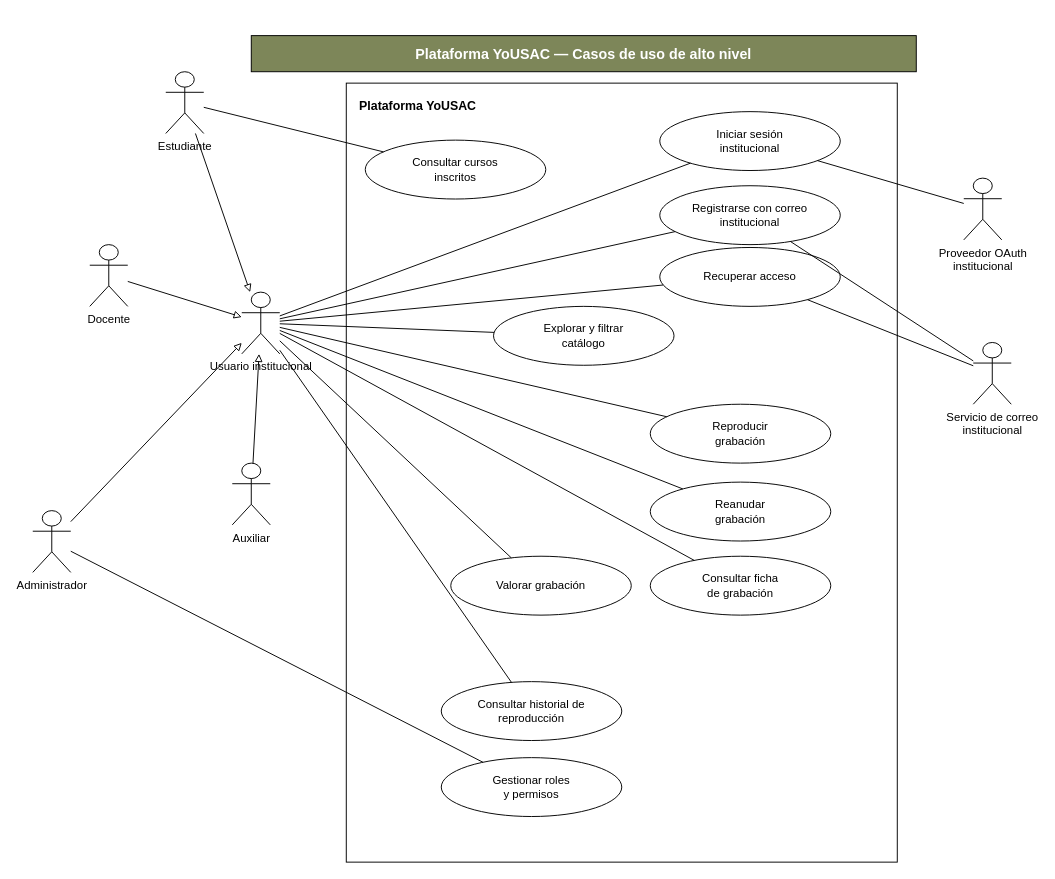
The draw.io diagram docs/casos-de-uso/referencias/casos-de-uso/01-alto-nivel.drawio in AbdielOtzoy/SA_PROYECTO_202300350, before the edit. Source tidied: cells renumbered, new cells numbered last; positions are measured from the earlier drawing's top-left corner, leaving out a move shared by most shapes. Both pictures are drawn from the tidied source at 95%, with x=0, y=0 at pixel (32, 35).
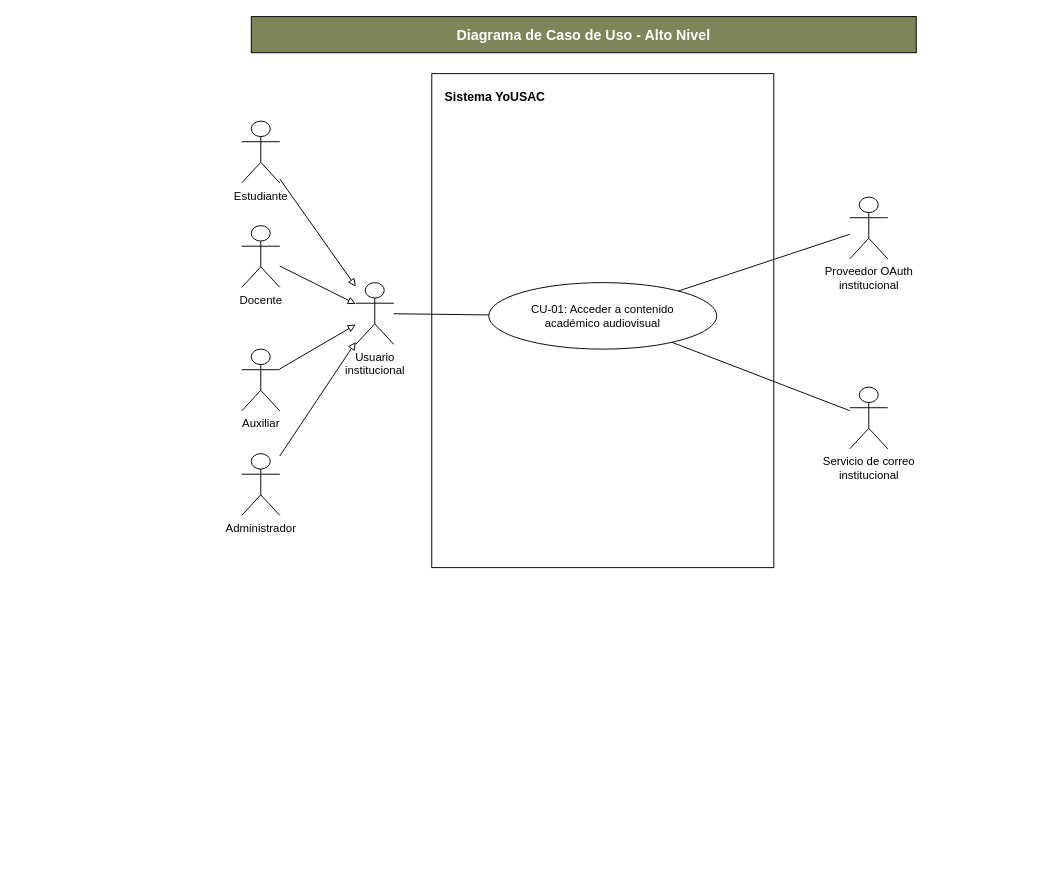
Above is the later version.

Diff of the diagram source:
```diff
@@
-    <mxCell id="2" value="Plataforma YoUSAC — Casos de uso de alto nivel" style="rounded=0;whiteSpace=wrap;html=1;fillColor=#7d8659;fontColor=#ffffff;fontSize=15;fontStyle=1;align=center;verticalAlign=middle;" parent="1" vertex="1">
-      <mxGeometry x="230" width="700" height="38" as="geometry" />
+    <mxCell id="2" value="Diagrama de Caso de Uso - Alto Nivel" style="rounded=0;whiteSpace=wrap;html=1;fillColor=#7d8659;fontColor=#ffffff;fontSize=15;fontStyle=1;align=center;verticalAlign=middle;" parent="1" vertex="1">
+      <mxGeometry x="230" y="-20" width="700" height="38" as="geometry" />
     </mxCell>
-    <mxCell id="3" value="Plataforma YoUSAC" style="rounded=0;whiteSpace=wrap;html=1;align=left;verticalAlign=top;spacingLeft=12;spacingTop=10;fontSize=13;fontStyle=1;fontColor=#000000;strokeColor=#000000;strokeWidth=1;fillColor=#ffffff;" parent="1" vertex="1">
-      <mxGeometry x="330" y="50" width="580" height="820" as="geometry" />
+    <mxCell id="3" value="Sistema YoUSAC" style="rounded=0;whiteSpace=wrap;html=1;align=left;verticalAlign=top;spacingLeft=12;spacingTop=10;fontSize=13;fontStyle=1;fontColor=#000000;strokeColor=#000000;strokeWidth=1;fillColor=#ffffff;" parent="1" vertex="1">
+      <mxGeometry x="420" y="40" width="360" height="520" as="geometry" />
     </mxCell>
+    <mxCell id="40" value="CU-01: Acceder a contenido&lt;br&gt;académico audiovisual" style="ellipse;whiteSpace=wrap;html=1;align=center;verticalAlign=middle;fontSize=12;fontColor=#000000;strokeColor=#000000;strokeWidth=1;fillColor=#ffffff;" parent="1" vertex="1">
+      <mxGeometry x="480" y="260" width="240" height="70" as="geometry" />
+    </mxCell>
-    <mxCell id="4" value="Usuario institucional" style="shape=umlActor;verticalLabelPosition=bottom;verticalAlign=top;html=1;outlineConnect=0;fontSize=12;" parent="1" vertex="1">
-      <mxGeometry x="220" y="270" width="40" height="65" as="geometry" />
+    <mxCell id="4" value="Usuario&lt;br&gt;institucional" style="shape=umlActor;verticalLabelPosition=bottom;verticalAlign=top;html=1;outlineConnect=0;fontSize=12;" parent="1" vertex="1">
+      <mxGeometry x="340" y="260" width="40" height="65" as="geometry" />
     </mxCell>
     <mxCell id="5" value="Estudiante" style="shape=umlActor;verticalLabelPosition=bottom;verticalAlign=top;html=1;outlineConnect=0;fontSize=12;" parent="1" vertex="1">
-      <mxGeometry x="140" y="38" width="40" height="65" as="geometry" />
+      <mxGeometry x="220" y="90" width="40" height="65" as="geometry" />
     </mxCell>
     <mxCell id="6" value="Docente" style="shape=umlActor;verticalLabelPosition=bottom;verticalAlign=top;html=1;outlineConnect=0;fontSize=12;" parent="1" vertex="1">
-      <mxGeometry x="60" y="220" width="40" height="65" as="geometry" />
+      <mxGeometry x="220" y="200" width="40" height="65" as="geometry" />
     </mxCell>
     <mxCell id="7" value="Auxiliar" style="shape=umlActor;verticalLabelPosition=bottom;verticalAlign=top;html=1;outlineConnect=0;fontSize=12;" parent="1" vertex="1">
-      <mxGeometry x="210" y="450" width="40" height="65" as="geometry" />
+      <mxGeometry x="220" y="330" width="40" height="65" as="geometry" />
     </mxCell>
     <mxCell id="8" value="Administrador" style="shape=umlActor;verticalLabelPosition=bottom;verticalAlign=top;html=1;outlineConnect=0;fontSize=12;" parent="1" vertex="1">
-      <mxGeometry y="500" width="40" height="65" as="geometry" />
+      <mxGeometry x="220" y="440" width="40" height="65" as="geometry" />
     </mxCell>
     <mxCell id="9" value="Proveedor OAuth&lt;br&gt;institucional" style="shape=umlActor;verticalLabelPosition=bottom;verticalAlign=top;html=1;outlineConnect=0;fontSize=12;" parent="1" vertex="1">
-      <mxGeometry x="980" y="150" width="40" height="65" as="geometry" />
+      <mxGeometry x="860" y="170" width="40" height="65" as="geometry" />
     </mxCell>
     <mxCell id="10" value="Servicio de correo&lt;br&gt;institucional" style="shape=umlActor;verticalLabelPosition=bottom;verticalAlign=top;html=1;outlineConnect=0;fontSize=12;" parent="1" vertex="1">
-      <mxGeometry x="990" y="323" width="40" height="65" as="geometry" />
+      <mxGeometry x="860" y="370" width="40" height="65" as="geometry" />
     </mxCell>
-    <mxCell id="11" value="Registrarse con correo&lt;br&gt;institucional" style="ellipse;whiteSpace=wrap;html=1;align=center;verticalAlign=middle;fontSize=12;fontColor=#000000;strokeColor=#000000;strokeWidth=1;fillColor=#ffffff;" parent="1" vertex="1">
-      <mxGeometry x="660" y="158" width="190" height="62" as="geometry" />
-    </mxCell>
-    <mxCell id="12" value="Iniciar sesión&lt;br&gt;institucional" style="ellipse;whiteSpace=wrap;html=1;align=center;verticalAlign=middle;fontSize=12;fontColor=#000000;strokeColor=#000000;strokeWidth=1;fillColor=#ffffff;" parent="1" vertex="1">
-      <mxGeometry x="660" y="80" width="190" height="62" as="geometry" />
-    </mxCell>
-    <mxCell id="13" value="Recuperar acceso" style="ellipse;whiteSpace=wrap;html=1;align=center;verticalAlign=middle;fontSize=12;fontColor=#000000;strokeColor=#000000;strokeWidth=1;fillColor=#ffffff;" parent="1" vertex="1">
-      <mxGeometry x="660" y="223" width="190" height="62" as="geometry" />
-    </mxCell>
-    <mxCell id="14" value="Explorar y filtrar&lt;br&gt;catálogo" style="ellipse;whiteSpace=wrap;html=1;align=center;verticalAlign=middle;fontSize=12;fontColor=#000000;strokeColor=#000000;strokeWidth=1;fillColor=#ffffff;" parent="1" vertex="1">
-      <mxGeometry x="485" y="285" width="190" height="62" as="geometry" />
-    </mxCell>
-    <mxCell id="15" value="Consultar ficha&lt;br&gt;de grabación" style="ellipse;whiteSpace=wrap;html=1;align=center;verticalAlign=middle;fontSize=12;fontColor=#000000;strokeColor=#000000;strokeWidth=1;fillColor=#ffffff;" parent="1" vertex="1">
-      <mxGeometry x="650" y="548" width="190" height="62" as="geometry" />
-    </mxCell>
-    <mxCell id="16" value="Reproducir&lt;br&gt;grabación" style="ellipse;whiteSpace=wrap;html=1;align=center;verticalAlign=middle;fontSize=12;fontColor=#000000;strokeColor=#000000;strokeWidth=1;fillColor=#ffffff;" parent="1" vertex="1">
-      <mxGeometry x="650" y="388" width="190" height="62" as="geometry" />
-    </mxCell>
-    <mxCell id="17" value="Reanudar&lt;br&gt;grabación" style="ellipse;whiteSpace=wrap;html=1;align=center;verticalAlign=middle;fontSize=12;fontColor=#000000;strokeColor=#000000;strokeWidth=1;fillColor=#ffffff;" parent="1" vertex="1">
-      <mxGeometry x="650" y="470" width="190" height="62" as="geometry" />
-    </mxCell>
-    <mxCell id="18" value="Consultar historial de&lt;br&gt;reproducción" style="ellipse;whiteSpace=wrap;html=1;align=center;verticalAlign=middle;fontSize=12;fontColor=#000000;strokeColor=#000000;strokeWidth=1;fillColor=#ffffff;" parent="1" vertex="1">
-      <mxGeometry x="430" y="680" width="190" height="62" as="geometry" />
-    </mxCell>
-    <mxCell id="19" value="Valorar grabación" style="ellipse;whiteSpace=wrap;html=1;align=center;verticalAlign=middle;fontSize=12;fontColor=#000000;strokeColor=#000000;strokeWidth=1;fillColor=#ffffff;" parent="1" vertex="1">
-      <mxGeometry x="440" y="548" width="190" height="62" as="geometry" />
-    </mxCell>
-    <mxCell id="20" value="Consultar cursos&lt;br&gt;inscritos" style="ellipse;whiteSpace=wrap;html=1;align=center;verticalAlign=middle;fontSize=12;fontColor=#000000;strokeColor=#000000;strokeWidth=1;fillColor=#ffffff;" parent="1" vertex="1">
-      <mxGeometry x="350" y="110" width="190" height="62" as="geometry" />
-    </mxCell>
-    <mxCell id="21" value="Gestionar roles&lt;br&gt;y permisos" style="ellipse;whiteSpace=wrap;html=1;align=center;verticalAlign=middle;fontSize=12;fontColor=#000000;strokeColor=#000000;strokeWidth=1;fillColor=#ffffff;" parent="1" vertex="1">
-      <mxGeometry x="430" y="760" width="190" height="62" as="geometry" />
-    </mxCell>
-    <mxCell id="22" style="endArrow=none;html=1;rounded=0;strokeColor=#000000;strokeWidth=1;" parent="1" edge="1" source="4" target="11">
-      <mxGeometry relative="1" as="geometry" />
-    </mxCell>
-    <mxCell id="23" style="endArrow=none;html=1;rounded=0;strokeColor=#000000;strokeWidth=1;" parent="1" edge="1" source="4" target="12">
-      <mxGeometry relative="1" as="geometry" />
-    </mxCell>
-    <mxCell id="24" style="endArrow=none;html=1;rounded=0;strokeColor=#000000;strokeWidth=1;" parent="1" edge="1" source="4" target="13">
-      <mxGeometry relative="1" as="geometry" />
-    </mxCell>
-    <mxCell id="25" style="endArrow=none;html=1;rounded=0;strokeColor=#000000;strokeWidth=1;" parent="1" edge="1" source="4" target="14">
-      <mxGeometry relative="1" as="geometry" />
-    </mxCell>
-    <mxCell id="26" style="endArrow=none;html=1;rounded=0;strokeColor=#000000;strokeWidth=1;" parent="1" edge="1" source="4" target="15">
-      <mxGeometry relative="1" as="geometry" />
-    </mxCell>
-    <mxCell id="27" style="endArrow=none;html=1;rounded=0;strokeColor=#000000;strokeWidth=1;" parent="1" edge="1" source="4" target="16">
-      <mxGeometry relative="1" as="geometry" />
-    </mxCell>
-    <mxCell id="28" style="endArrow=none;html=1;rounded=0;strokeColor=#000000;strokeWidth=1;" parent="1" edge="1" source="4" target="17">
-      <mxGeometry relative="1" as="geometry" />
-    </mxCell>
-    <mxCell id="29" style="endArrow=none;html=1;rounded=0;strokeColor=#000000;strokeWidth=1;" parent="1" edge="1" source="4" target="18">
-      <mxGeometry relative="1" as="geometry" />
-    </mxCell>
-    <mxCell id="30" style="endArrow=none;html=1;rounded=0;strokeColor=#000000;strokeWidth=1;" parent="1" edge="1" source="4" target="19">
-      <mxGeometry relative="1" as="geometry" />
-    </mxCell>
-    <mxCell id="31" style="endArrow=none;html=1;rounded=0;strokeColor=#000000;strokeWidth=1;" parent="1" edge="1" source="5" target="20">
-      <mxGeometry relative="1" as="geometry" />
-    </mxCell>
-    <mxCell id="32" style="endArrow=none;html=1;rounded=0;strokeColor=#000000;strokeWidth=1;" parent="1" edge="1" source="8" target="21">
-      <mxGeometry relative="1" as="geometry" />
-    </mxCell>
-    <mxCell id="33" style="endArrow=none;html=1;rounded=0;strokeColor=#000000;strokeWidth=1;" parent="1" edge="1" source="9" target="12">
-      <mxGeometry relative="1" as="geometry" />
-    </mxCell>
-    <mxCell id="34" style="endArrow=none;html=1;rounded=0;strokeColor=#000000;strokeWidth=1;" parent="1" edge="1" source="10" target="11">
-      <mxGeometry relative="1" as="geometry" />
-    </mxCell>
-    <mxCell id="35" style="endArrow=none;html=1;rounded=0;strokeColor=#000000;strokeWidth=1;" parent="1" edge="1" source="10" target="13">
-      <mxGeometry relative="1" as="geometry" />
-    </mxCell>
+    <mxCell id="41" style="endArrow=none;html=1;rounded=0;strokeColor=#000000;strokeWidth=1;" parent="1" edge="1" source="4" target="40">
+      <mxGeometry relative="1" as="geometry" />
+    </mxCell>
+    <mxCell id="42" style="endArrow=none;html=1;rounded=0;strokeColor=#000000;strokeWidth=1;" parent="1" edge="1" source="9" target="40">
+      <mxGeometry relative="1" as="geometry" />
+    </mxCell>
+    <mxCell id="43" style="endArrow=none;html=1;rounded=0;strokeColor=#000000;strokeWidth=1;" parent="1" edge="1" source="10" target="40">
+      <mxGeometry relative="1" as="geometry" />
+    </mxCell>
```
